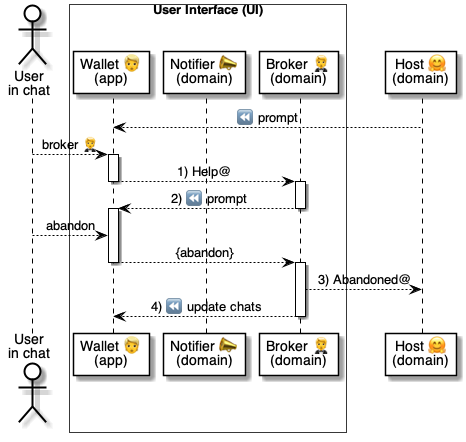
Earlier version of the PlantUML export 5 ⏩ Flows/90 🧑‍🦰👉 Wallets/20 👉💬 Chats/.📎 Assets/⚙️ Abandon chat.png (pollyweb-org/pollyweb-docs). Its source is kept beside it as 5 ⏩ Flows/90 🧑‍🦰👉 Wallets/20 👉💬 Chats/.📎 Assets/⚙️ Abandon chat.puml.
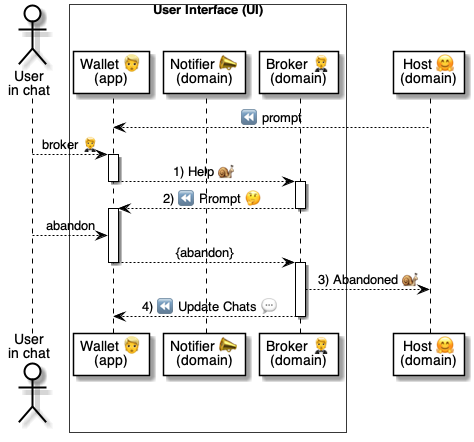
After the change.

What changed in the source:
```diff
@@ -14,11 +14,11 @@
 
 user --> wallet: broker 🤵
 activate wallet
-    wallet --> broker: 1) Help@
+    wallet --> broker: 1) Help 🐌
 deactivate wallet
 
 activate broker
-    broker --> wallet: 2) ⏪ prompt
+    broker --> wallet: 2) ⏪ Prompt 🤔
 deactivate broker
 
 activate wallet
@@ -27,8 +27,8 @@
 deactivate wallet
 
 activate broker
-    broker --> host: 3) Abandoned@
-    broker --> wallet: 4) ⏪ update chats
+    broker --> host: 3) Abandoned 🐌
+    broker --> wallet: 4) ⏪ Update Chats 💬
 deactivate broker
 
 @enduml
```
